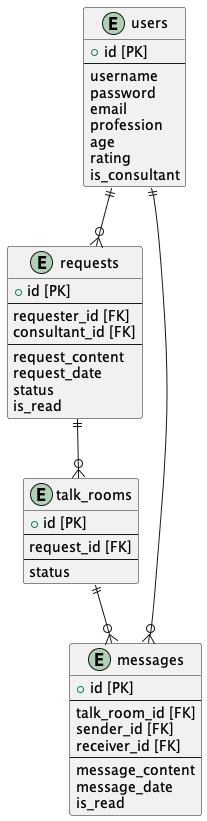
Above: documents/er.png in nobukofu69/origin-idea (PlantUML), before the change. Its diagram source:
```plantuml
@startuml

entity "users" as users {
  + id [PK]
  --
  username
  password
  email
  profession
  age
  rating
  is_consultant
}

entity "requests" as requests {
  + id [PK]
  --
  requester_id [FK]
  consultant_id [FK]
  --
  request_content
  request_date
  status
  is_read
}

entity "talk_rooms" as talk_rooms {
  + id [PK]
  --
  request_id [FK]
  --
  status
}

entity "messages" as messages {
  + id [PK]
  --
  talk_room_id [FK]
  sender_id [FK]
  receiver_id [FK]
  --
  message_content
  message_date
  is_read
}

users ||--o{ requests
requests ||--o{ talk_rooms
users ||--o{ messages
talk_rooms ||--o{ messages

@enduml
```
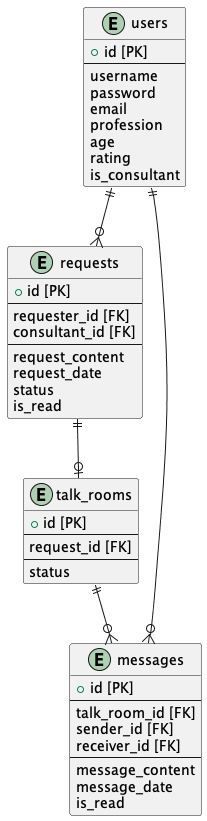
Above is the later version.

The edit, as a diff of the source:
```diff
@@ -45,7 +45,7 @@
 }
 
 users ||--o{ requests
-requests ||--o{ talk_rooms
+requests ||--o| talk_rooms
 users ||--o{ messages
 talk_rooms ||--o{ messages
 
```
